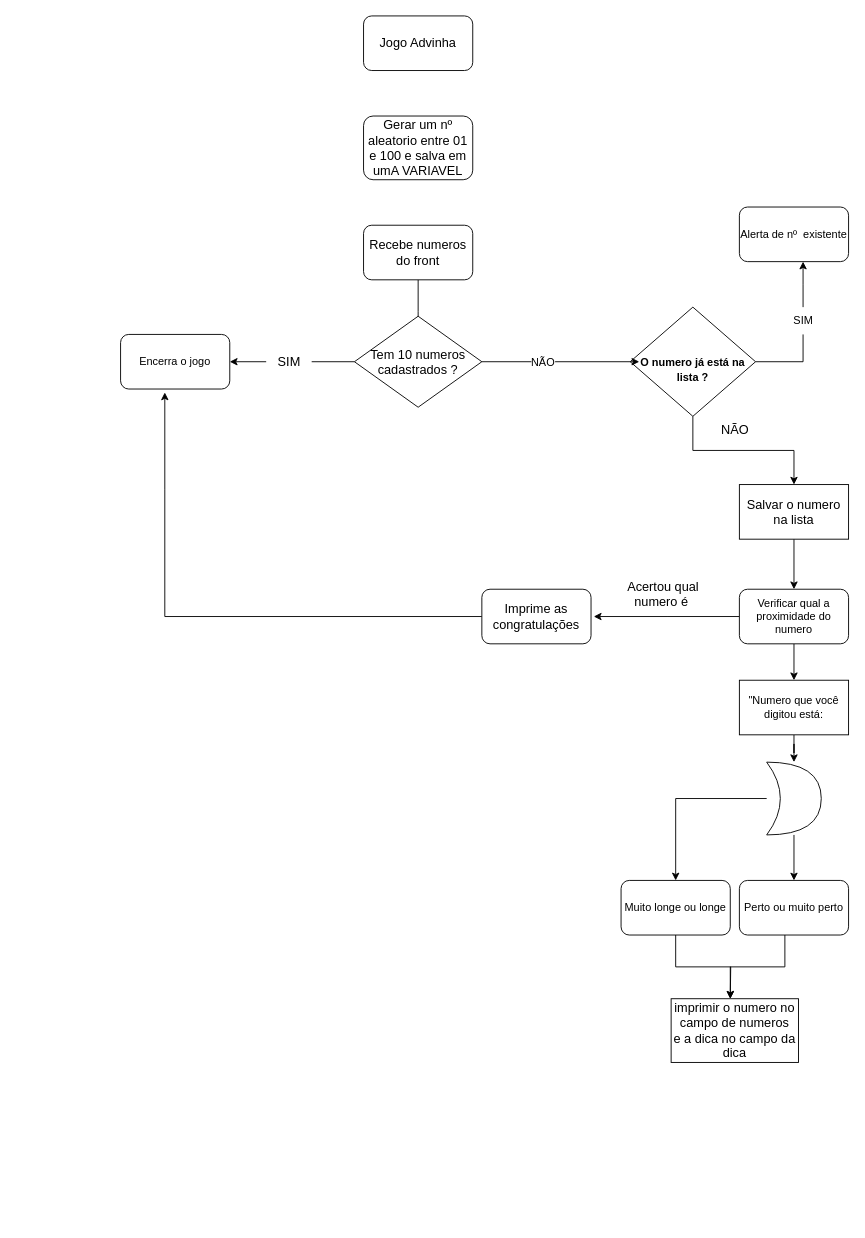
Above: Diagrama sem nome.drawio in Outercrescent3/Desafio-do-jogo-de-adivinha (draw.io), before the change. Source tidied: cells renumbered, new cells numbered last; positions are measured from the earlier drawing's top-left corner, leaving out a move shared by most shapes. Both pictures are drawn from the tidied source at 91%, with x=0, y=0 at pixel (120, 15).
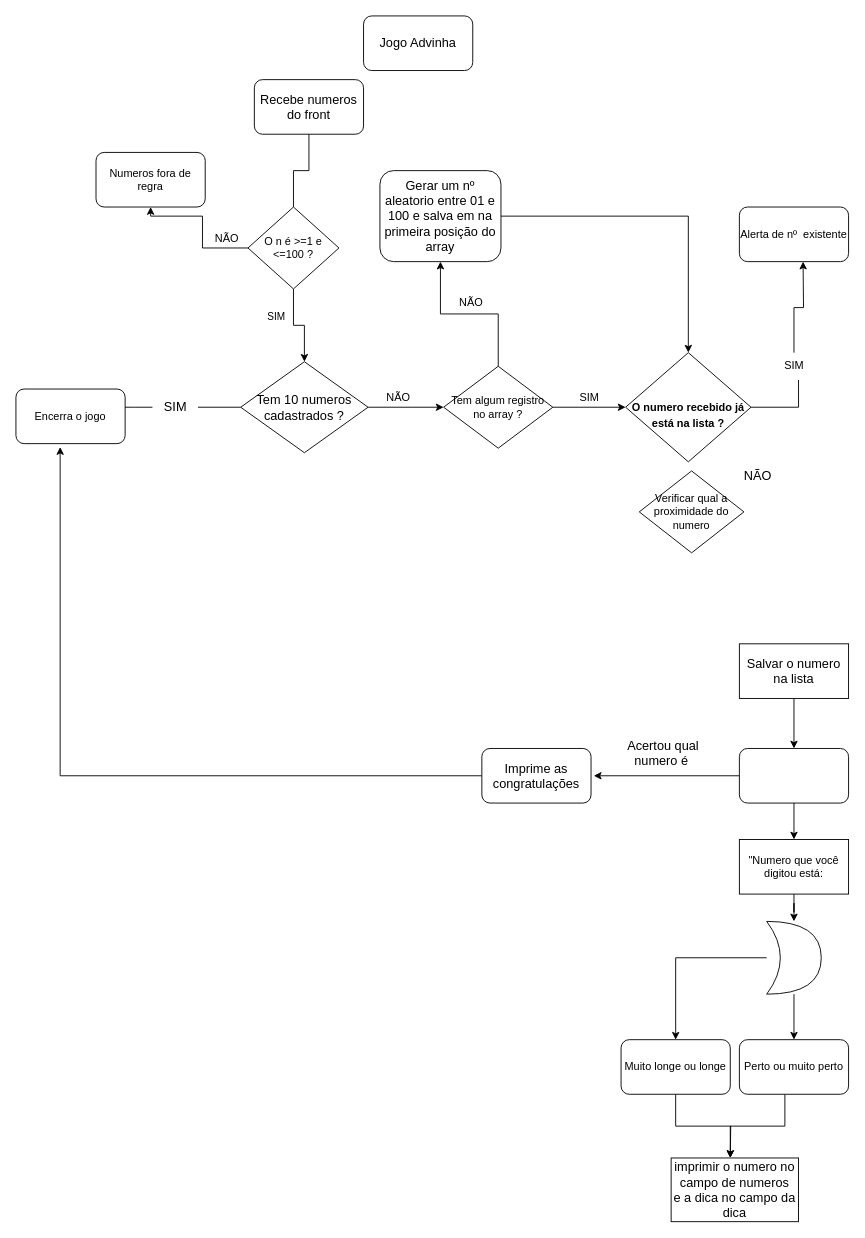
Above is the later version.

The edit, as a diff of the source:
```diff
@@
-    <mxCell id="3" style="edgeStyle=orthogonalEdgeStyle;rounded=0;jettySize=auto;html=1;exitX=0.5;exitY=1;exitDx=0;exitDy=0;fontSize=14;" parent="1" edge="1" source="4">
+    <mxCell id="3" style="edgeStyle=orthogonalEdgeStyle;rounded=0;jettySize=auto;html=1;exitX=0.5;exitY=1;exitDx=0;exitDy=0;fontSize=14;entryX=0.5;entryY=0;entryDx=0;entryDy=0;startArrow=none;" parent="1" edge="1" source="49" target="12">
       <mxGeometry relative="1" as="geometry">
-        <mxPoint x="327" y="360" as="targetPoint" />
+        <Array as="points">
+          <mxPoint x="190" y="340" />
+          <mxPoint x="202" y="340" />
+        </Array>
       </mxGeometry>
     </mxCell>
+    <mxCell id="38" value="SIM" style="edgeLabel;html=1;align=center;verticalAlign=middle;" parent="3" vertex="1">
+      <mxGeometry x="0.34" y="-3" relative="1" as="geometry">
+        <mxPoint x="-29" y="-20" as="offset" />
+      </mxGeometry>
+    </mxCell>
     <mxCell id="4" value="Recebe numeros do front" style="rounded=1;whiteSpace=wrap;html=1;fontSize=14;" parent="1" vertex="1">
-      <mxGeometry x="267" y="230" width="120" height="60" as="geometry" />
+      <mxGeometry x="147" y="70" width="120" height="60" as="geometry" />
     </mxCell>
+    <mxCell id="39" style="edgeStyle=orthogonalEdgeStyle;rounded=0;jettySize=auto;html=1;entryX=0.5;entryY=0;entryDx=0;entryDy=0;" parent="1" edge="1" source="5" target="8">
+      <mxGeometry relative="1" as="geometry" />
+    </mxCell>
-    <mxCell id="5" value="Gerar um nº aleatorio entre 01 e 100 e salva em umA VARIAVEL" style="rounded=1;whiteSpace=wrap;html=1;fontSize=14;" parent="1" vertex="1">
-      <mxGeometry x="267" y="110" width="120" height="70" as="geometry" />
+    <mxCell id="5" value="Gerar um nº aleatorio entre 01 e 100 e salva em na primeira posição do array" style="rounded=1;whiteSpace=wrap;html=1;fontSize=14;" parent="1" vertex="1">
+      <mxGeometry x="285" y="170" width="133" height="100" as="geometry" />
     </mxCell>
@@
-    <mxCell id="7" style="edgeStyle=orthogonalEdgeStyle;rounded=0;jettySize=auto;html=1;fontSize=12;" parent="1" edge="1" source="8" target="22">
-      <mxGeometry relative="1" as="geometry" />
-    </mxCell>
-    <mxCell id="8" value="&lt;font style=&quot;font-size: 12px;&quot;&gt;&lt;b&gt;&lt;br&gt;O numero já está na lista ?&lt;/b&gt;&lt;/font&gt;" style="rhombus;whiteSpace=wrap;html=1;fontSize=14;align=center;" parent="1" vertex="1">
-      <mxGeometry x="560" y="320" width="137.8" height="120" as="geometry" />
+    <mxCell id="8" value="&lt;font style=&quot;font-size: 12px;&quot;&gt;&lt;b&gt;&lt;br&gt;O numero recebido já está na lista ?&lt;/b&gt;&lt;/font&gt;" style="rhombus;whiteSpace=wrap;html=1;fontSize=14;align=center;" parent="1" vertex="1">
+      <mxGeometry x="555" y="370" width="137.8" height="120" as="geometry" />
     </mxCell>
-    <mxCell id="9" style="edgeStyle=orthogonalEdgeStyle;rounded=0;jettySize=auto;html=1;exitX=0;exitY=0.5;exitDx=0;exitDy=0;fontSize=12;startArrow=none;" parent="1" edge="1" source="14" target="13">
-      <mxGeometry relative="1" as="geometry" />
+    <mxCell id="9" style="edgeStyle=orthogonalEdgeStyle;rounded=0;jettySize=auto;html=1;exitX=0;exitY=0.5;exitDx=0;exitDy=0;fontSize=12;startArrow=none;" parent="1" edge="1" source="14">
+      <mxGeometry relative="1" as="geometry">
+        <mxPoint x="-5" y="430" as="targetPoint" />
+      </mxGeometry>
     </mxCell>
-    <mxCell id="10" style="edgeStyle=orthogonalEdgeStyle;rounded=0;jettySize=auto;html=1;exitX=1;exitY=0.5;exitDx=0;exitDy=0;fontSize=12;" parent="1" edge="1" source="12">
-      <mxGeometry relative="1" as="geometry">
-        <mxPoint x="570" y="380" as="targetPoint" />
-        <Array as="points">
-          <mxPoint x="560" y="380" />
-          <mxPoint x="560" y="380" />
-        </Array>
-      </mxGeometry>
-    </mxCell>
-    <mxCell id="11" value="NÃO" style="edgeLabel;html=1;align=center;verticalAlign=middle;fontSize=12;" parent="10" vertex="1">
-      <mxGeometry x="-0.16" y="3" relative="1" as="geometry">
-        <mxPoint x="-7" y="3" as="offset" />
-      </mxGeometry>
-    </mxCell>
+    <mxCell id="40" style="edgeStyle=orthogonalEdgeStyle;rounded=0;jettySize=auto;html=1;exitX=1;exitY=0.5;exitDx=0;exitDy=0;" parent="1" edge="1" source="12" target="44">
+      <mxGeometry relative="1" as="geometry" />
+    </mxCell>
     <mxCell id="12" value="Tem 10 numeros cadastrados ?" style="rhombus;whiteSpace=wrap;html=1;fontSize=14;" parent="1" vertex="1">
-      <mxGeometry x="257" y="330" width="140" height="100" as="geometry" />
+      <mxGeometry x="132" y="380" width="140" height="100" as="geometry" />
     </mxCell>
     <mxCell id="13" value="Encerra o jogo" style="rounded=1;whiteSpace=wrap;html=1;fontSize=12;" parent="1" vertex="1">
-      <mxGeometry y="350" width="120" height="60" as="geometry" />
+      <mxGeometry x="-115" y="410" width="120" height="60" as="geometry" />
     </mxCell>
     <mxCell id="14" value="SIM" style="text;html=1;align=center;verticalAlign=middle;points=[];strokeColor=none;fillColor=none;fontSize=14;" parent="1" vertex="1">
-      <mxGeometry x="160" y="365" width="50" height="30" as="geometry" />
+      <mxGeometry x="35" y="415" width="50" height="30" as="geometry" />
     </mxCell>
@@
     <mxCell id="16" value="SIM" style="text;html=1;align=center;verticalAlign=middle;points=[];strokeColor=none;fillColor=none;fontSize=12;" parent="1" vertex="1">
-      <mxGeometry x="730" y="320" width="40" height="30" as="geometry" />
+      <mxGeometry x="720" y="370" width="40" height="30" as="geometry" />
     </mxCell>
-    <mxCell id="17" style="edgeStyle=orthogonalEdgeStyle;rounded=0;jettySize=auto;html=1;fontSize=12;endArrow=none;" parent="1" edge="1" source="8" target="16">
+    <mxCell id="17" style="edgeStyle=orthogonalEdgeStyle;rounded=0;jettySize=auto;html=1;fontSize=12;endArrow=none;" parent="1" edge="1" source="8">
       <mxGeometry relative="1" as="geometry">
+        <mxPoint x="745" y="400" as="targetPoint" />
         <Array as="points">
-          <mxPoint x="750" y="380" />
+          <mxPoint x="745" y="430" />
         </Array>
       </mxGeometry>
     </mxCell>
@@
     <mxCell id="19" value="&lt;font style=&quot;font-size: 14px;&quot;&gt;NÃO&lt;/font&gt;" style="text;html=1;align=center;verticalAlign=middle;strokeColor=none;fillColor=none;fontSize=12;" parent="1" vertex="1">
-      <mxGeometry x="650" y="440" width="50" height="30" as="geometry" />
+      <mxGeometry x="675" y="490" width="50" height="30" as="geometry" />
     </mxCell>
@@
     <mxCell id="22" value="Salvar o numero na lista" style="rounded=0;whiteSpace=wrap;html=1;fontSize=14;" parent="1" vertex="1">
-      <mxGeometry x="680" y="515" width="120" height="60" as="geometry" />
+      <mxGeometry x="680" y="690" width="120" height="60" as="geometry" />
     </mxCell>
@@
     <mxCell id="24" value="&quot;Numero que você digitou está:" style="whiteSpace=wrap;html=1;" parent="1" vertex="1">
-      <mxGeometry x="680" y="730" width="120" height="60" as="geometry" />
+      <mxGeometry x="680" y="905" width="120" height="60" as="geometry" />
     </mxCell>
@@
     <mxCell id="27" style="shape=xor;whiteSpace=wrap;html=1;fontSize=12;" parent="1" vertex="1">
-      <mxGeometry x="710" y="820" width="60" height="80" as="geometry" />
+      <mxGeometry x="710" y="995" width="60" height="80" as="geometry" />
     </mxCell>
     <mxCell id="28" style="edgeStyle=orthogonalEdgeStyle;rounded=0;jettySize=auto;html=1;fontSize=12;" parent="1" edge="1" source="29">
       <mxGeometry relative="1" as="geometry">
-        <mxPoint x="670" y="1080" as="targetPoint" />
+        <mxPoint x="670" y="1255" as="targetPoint" />
       </mxGeometry>
     </mxCell>
     <mxCell id="29" value="Muito longe ou longe" style="rounded=1;whiteSpace=wrap;html=1;fontSize=12;" parent="1" vertex="1">
-      <mxGeometry x="550" y="950" width="120" height="60" as="geometry" />
+      <mxGeometry x="550" y="1125" width="120" height="60" as="geometry" />
     </mxCell>
     <mxCell id="30" style="edgeStyle=orthogonalEdgeStyle;rounded=0;jettySize=auto;html=1;fontSize=12;" parent="1" edge="1" source="31">
       <mxGeometry relative="1" as="geometry">
-        <mxPoint x="670" y="1080" as="targetPoint" />
+        <mxPoint x="670" y="1255" as="targetPoint" />
         <Array as="points">
-          <mxPoint x="730" y="1045" />
-          <mxPoint x="670" y="1045" />
+          <mxPoint x="730" y="1220" />
+          <mxPoint x="670" y="1220" />
         </Array>
       </mxGeometry>
     </mxCell>
     <mxCell id="31" value="Perto ou muito perto" style="rounded=1;whiteSpace=wrap;html=1;fontSize=12;" parent="1" vertex="1">
-      <mxGeometry x="680" y="950" width="120" height="60" as="geometry" />
+      <mxGeometry x="680" y="1125" width="120" height="60" as="geometry" />
     </mxCell>
     <mxCell id="32" style="edgeStyle=orthogonalEdgeStyle;rounded=0;jettySize=auto;html=1;fontSize=12;" parent="1" edge="1" source="33">
       <mxGeometry relative="1" as="geometry">
-        <mxPoint x="520" y="660" as="targetPoint" />
+        <mxPoint x="520" y="835" as="targetPoint" />
       </mxGeometry>
     </mxCell>
-    <mxCell id="33" value="Verificar qual a proximidade do numero" style="rounded=1;whiteSpace=wrap;html=1;fontSize=12;" parent="1" vertex="1">
-      <mxGeometry x="680" y="630" width="120" height="60" as="geometry" />
+    <mxCell id="33" style="rounded=1;whiteSpace=wrap;html=1;fontSize=12;" parent="1" vertex="1">
+      <mxGeometry x="680" y="805" width="120" height="60" as="geometry" />
     </mxCell>
     <mxCell id="34" value="imprimir o numero no campo de numeros&lt;br&gt;e a dica no campo da dica" style="rounded=0;whiteSpace=wrap;html=1;fontSize=14;" parent="1" vertex="1">
-      <mxGeometry x="605" y="1080" width="140" height="70" as="geometry" />
+      <mxGeometry x="605" y="1255" width="140" height="70" as="geometry" />
     </mxCell>
     <mxCell id="35" value="&lt;font style=&quot;font-size: 14px;&quot;&gt;Acertou qual numero é&amp;nbsp;&lt;/font&gt;" style="text;html=1;strokeColor=none;fillColor=none;align=center;verticalAlign=middle;whiteSpace=wrap;rounded=0;fontSize=12;" parent="1" vertex="1">
-      <mxGeometry x="550" y="620" width="93" height="30" as="geometry" />
+      <mxGeometry x="550" y="795" width="93" height="30" as="geometry" />
     </mxCell>
@@
     <mxCell id="37" value="Imprime as congratulações" style="rounded=1;whiteSpace=wrap;html=1;fontSize=14;" parent="1" vertex="1">
-      <mxGeometry x="397" y="630" width="120" height="60" as="geometry" />
+      <mxGeometry x="397" y="805" width="120" height="60" as="geometry" />
     </mxCell>
+    <mxCell id="41" value="NÃO" style="text;html=1;align=center;verticalAlign=middle;strokeColor=none;fillColor=none;" parent="1" vertex="1">
+      <mxGeometry x="280" y="405" width="50" height="30" as="geometry" />
+    </mxCell>
+    <mxCell id="42" style="edgeStyle=orthogonalEdgeStyle;rounded=0;jettySize=auto;html=1;exitX=0.5;exitY=0;exitDx=0;exitDy=0;entryX=0.5;entryY=1;entryDx=0;entryDy=0;" parent="1" edge="1" source="44" target="5">
+      <mxGeometry relative="1" as="geometry" />
+    </mxCell>
+    <mxCell id="43" style="edgeStyle=orthogonalEdgeStyle;rounded=0;jettySize=auto;html=1;entryX=0;entryY=0.5;entryDx=0;entryDy=0;" parent="1" edge="1" source="44" target="8">
+      <mxGeometry relative="1" as="geometry" />
+    </mxCell>
+    <mxCell id="44" value="Tem algum registro no array ?" style="rhombus;whiteSpace=wrap;html=1;" parent="1" vertex="1">
+      <mxGeometry x="355" y="385" width="120" height="90" as="geometry" />
+    </mxCell>
+    <mxCell id="45" value="NÃO" style="text;html=1;align=center;verticalAlign=middle;strokeColor=none;fillColor=none;" parent="1" vertex="1">
+      <mxGeometry x="360" y="300" width="50" height="30" as="geometry" />
+    </mxCell>
+    <mxCell id="46" value="SIM" style="text;html=1;align=center;verticalAlign=middle;strokeColor=none;fillColor=none;" parent="1" vertex="1">
+      <mxGeometry x="495" y="405" width="40" height="30" as="geometry" />
+    </mxCell>
+    <mxCell id="47" value="Verificar qual a proximidade do numero" style="rhombus;whiteSpace=wrap;html=1;" parent="1" vertex="1">
+      <mxGeometry x="570" y="500" width="115" height="90" as="geometry" />
+    </mxCell>
+    <mxCell id="48" style="edgeStyle=orthogonalEdgeStyle;rounded=0;jettySize=auto;html=1;exitX=0;exitY=0.5;exitDx=0;exitDy=0;entryX=0.5;entryY=1;entryDx=0;entryDy=0;" parent="1" edge="1" source="49" target="52">
+      <mxGeometry relative="1" as="geometry">
+        <Array as="points">
+          <mxPoint x="90" y="255" />
+          <mxPoint x="90" y="220" />
+          <mxPoint x="33" y="220" />
+        </Array>
+      </mxGeometry>
+    </mxCell>
+    <mxCell id="49" value="O n é &amp;gt;=1 e &amp;lt;=100 ?" style="rhombus;whiteSpace=wrap;html=1;" parent="1" vertex="1">
+      <mxGeometry x="140" y="210" width="100" height="90" as="geometry" />
+    </mxCell>
+    <mxCell id="50" style="edgeStyle=orthogonalEdgeStyle;rounded=0;jettySize=auto;html=1;exitX=0.5;exitY=1;exitDx=0;exitDy=0;fontSize=14;entryX=0.5;entryY=0;entryDx=0;entryDy=0;endArrow=none;" parent="1" edge="1" source="4" target="49">
+      <mxGeometry relative="1" as="geometry" />
+    </mxCell>
+    <mxCell id="51" value="NÃO" style="text;html=1;strokeColor=none;fillColor=none;align=center;verticalAlign=middle;whiteSpace=wrap;rounded=0;" parent="1" vertex="1">
+      <mxGeometry x="87" y="230" width="60" height="30" as="geometry" />
+    </mxCell>
+    <mxCell id="52" value="Numeros fora de regra" style="rounded=1;whiteSpace=wrap;html=1;" parent="1" vertex="1">
+      <mxGeometry x="-27" y="150" width="120" height="60" as="geometry" />
+    </mxCell>
```
